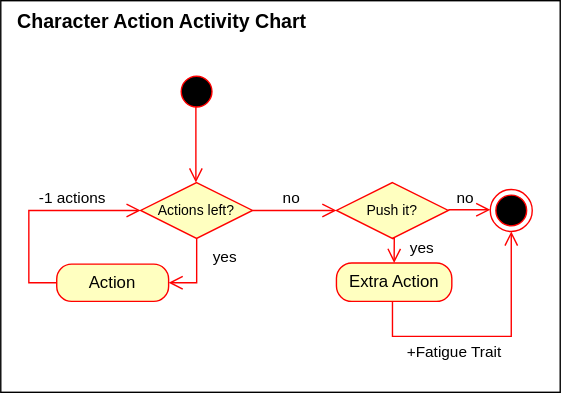
This is TheProspector/Assets/Schematics/Activity.svg from SakuNurmiranta/TheProspector, a draw.io export, as it was before one commit. Source tidied: cells renumbered, new cells last; positions are measured from the earlier drawing's top-left corner, leaving out a move shared by most shapes.
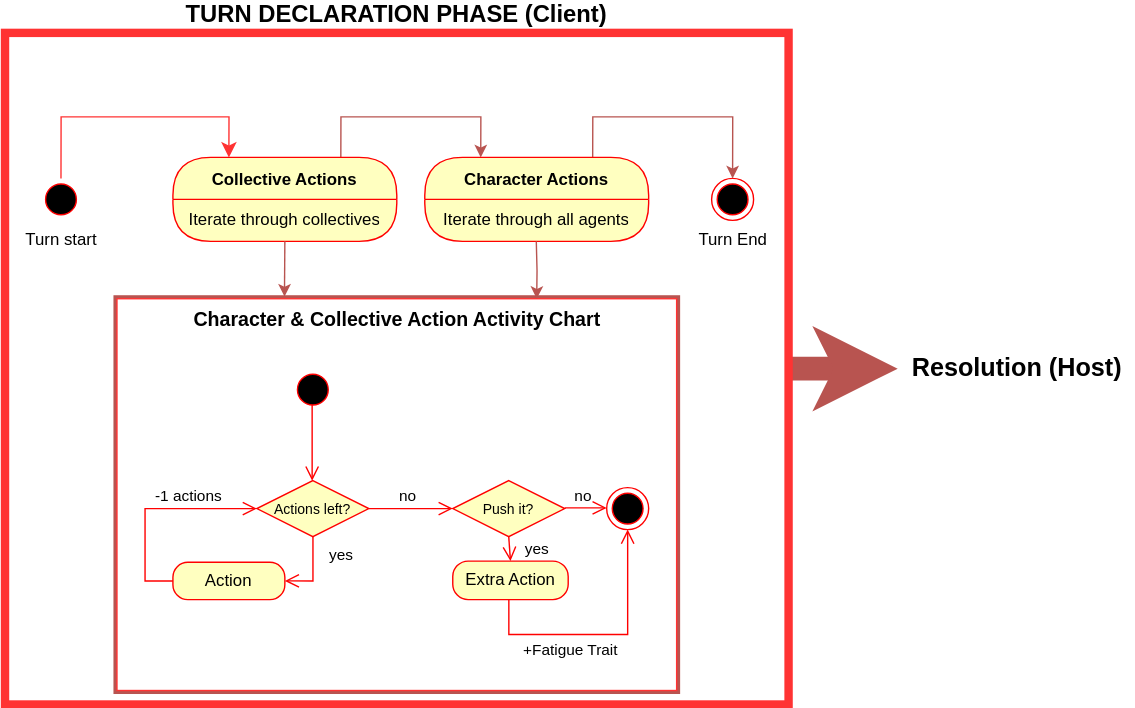
Above is the later version.

What changed in the source:
```diff
@@ -2,10 +2,16 @@
   <root>
     <mxCell id="0" />
     <mxCell id="1" parent="0" />
+    <mxCell id="22" style="edgeStyle=orthogonalEdgeStyle;rounded=0;jettySize=auto;html=1;fillColor=#f8cecc;strokeColor=#b85450;strokeWidth=17;" parent="1" edge="1" source="23" target="35">
+      <mxGeometry relative="1" as="geometry" />
+    </mxCell>
+    <mxCell id="23" value="&lt;font style=&quot;font-size: 17px;&quot;&gt;&lt;b&gt;TURN DECLARATION PHASE (Client)&lt;/b&gt;&lt;/font&gt;" style="whiteSpace=wrap;html=1;strokeColor=#FF3333;labelPosition=center;verticalLabelPosition=top;align=center;verticalAlign=bottom;strokeWidth=6;" parent="1" vertex="1">
+      <mxGeometry x="-80" y="-190" width="560" height="480" as="geometry" />
+    </mxCell>
-    <mxCell id="2" style="group;" parent="1" vertex="1">
+    <mxCell id="2" style="group;fillColor=#f8cecc;strokeColor=#b85450;strokeWidth=5;" parent="1" vertex="1">
       <mxGeometry width="400" height="280" as="geometry" />
     </mxCell>
-    <mxCell id="3" style="whiteSpace=wrap;html=1;" parent="2" vertex="1">
+    <mxCell id="3" style="whiteSpace=wrap;html=1;strokeColor=#FF3333;" parent="2" vertex="1">
       <mxGeometry width="400" height="280" as="geometry" />
     </mxCell>
     <mxCell id="4" style="edgeStyle=orthogonalEdgeStyle;html=1;verticalAlign=bottom;endArrow=open;endSize=8;strokeColor=#ff0000;rounded=0;" parent="2" edge="1">
@@ -88,8 +94,63 @@
     <mxCell id="20" style="ellipse;html=1;shape=endState;fillColor=#000000;strokeColor=#ff0000;" parent="2" vertex="1">
       <mxGeometry x="350" y="135" width="30" height="30" as="geometry" />
     </mxCell>
-    <mxCell id="21" value="Character Action Activity Chart" style="text;html=1;align=center;verticalAlign=middle;points=[];strokeColor=none;fillColor=none;fontSize=14;fontStyle=1;" parent="2" vertex="1">
-      <mxGeometry width="230" height="30" as="geometry" />
+    <mxCell id="21" value="Character &amp;amp; Collective Action Activity Chart" style="text;html=1;align=center;verticalAlign=middle;points=[];strokeColor=none;fillColor=none;fontSize=14;fontStyle=1;" parent="2" vertex="1">
+      <mxGeometry x="45" width="310" height="30" as="geometry" />
     </mxCell>
+    <mxCell id="24" value="Turn start&lt;br&gt;" style="ellipse;html=1;shape=startState;fillColor=#000000;strokeColor=#ff0000;labelPosition=center;verticalLabelPosition=bottom;align=center;verticalAlign=top;" parent="1" vertex="1">
+      <mxGeometry x="-55" y="-86" width="30" height="30" as="geometry" />
+    </mxCell>
+    <mxCell id="25" style="edgeStyle=orthogonalEdgeStyle;html=1;verticalAlign=bottom;endArrow=classic;endSize=8;strokeColor=#FF3333;rounded=0;entryX=0.25;entryY=0;entryDx=0;entryDy=0;endFill=1;" parent="1" edge="1" source="24" target="28">
+      <mxGeometry relative="1" as="geometry">
+        <Array as="points">
+          <mxPoint x="-40" y="-130" />
+          <mxPoint x="80" y="-130" />
+        </Array>
+      </mxGeometry>
+    </mxCell>
+    <mxCell id="26" value="Turn End" style="ellipse;html=1;shape=endState;fillColor=#000000;strokeColor=#ff0000;labelPosition=center;verticalLabelPosition=bottom;align=center;verticalAlign=top;" parent="1" vertex="1">
+      <mxGeometry x="425" y="-86" width="30" height="30" as="geometry" />
+    </mxCell>
+    <mxCell id="27" style="edgeStyle=orthogonalEdgeStyle;rounded=0;jettySize=auto;html=1;exitX=0.75;exitY=0;exitDx=0;exitDy=0;entryX=0.25;entryY=0;entryDx=0;entryDy=0;fontColor=#d1d1d1;strokeColor=#b85450;fillColor=#f8cecc;" parent="1" edge="1" source="28" target="31">
+      <mxGeometry relative="1" as="geometry">
+        <Array as="points">
+          <mxPoint x="160" y="-130" />
+          <mxPoint x="260" y="-130" />
+        </Array>
+      </mxGeometry>
+    </mxCell>
+    <mxCell id="28" value="Collective Actions" style="swimlane;fontStyle=1;align=center;verticalAlign=middle;horizontal=1;startSize=30;fontColor=#000000;rounded=1;arcSize=30;strokeColor=#ff0000;fillColor=#ffffc0;swimlaneFillColor=#ffffc0;" parent="1" vertex="1">
+      <mxGeometry x="40" y="-101" width="160" height="60" as="geometry" />
+    </mxCell>
+    <mxCell id="29" value="Iterate through collectives" style="text;html=1;strokeColor=none;fillColor=none;align=center;verticalAlign=middle;spacingLeft=4;spacingRight=4;whiteSpace=wrap;overflow=hidden;fontColor=#000000;" parent="28" vertex="1">
+      <mxGeometry y="30" width="160" height="30" as="geometry" />
+    </mxCell>
+    <mxCell id="30" style="edgeStyle=orthogonalEdgeStyle;rounded=0;jettySize=auto;html=1;exitX=0.75;exitY=0;exitDx=0;exitDy=0;fillColor=#f8cecc;strokeColor=#b85450;" parent="1" edge="1" source="31" target="26">
+      <mxGeometry relative="1" as="geometry">
+        <Array as="points">
+          <mxPoint x="340" y="-130" />
+          <mxPoint x="440" y="-130" />
+        </Array>
+      </mxGeometry>
+    </mxCell>
+    <mxCell id="31" value="Character Actions" style="swimlane;fontStyle=1;align=center;verticalAlign=middle;horizontal=1;startSize=30;fontColor=#000000;rounded=1;arcSize=30;strokeColor=#ff0000;fillColor=#ffffc0;swimlaneFillColor=#ffffc0;" parent="1" vertex="1">
+      <mxGeometry x="220" y="-101" width="160" height="60" as="geometry" />
+    </mxCell>
+    <mxCell id="32" value="Iterate through all agents" style="text;html=1;strokeColor=none;fillColor=none;align=center;verticalAlign=middle;spacingLeft=4;spacingRight=4;whiteSpace=wrap;overflow=hidden;fontColor=#000000;" parent="31" vertex="1">
+      <mxGeometry y="30" width="160" height="30" as="geometry" />
+    </mxCell>
+    <mxCell id="33" style="edgeStyle=orthogonalEdgeStyle;rounded=0;jettySize=auto;html=1;fillColor=#f8cecc;strokeColor=#b85450;entryX=0.241;entryY=-0.05;entryDx=0;entryDy=0;entryPerimeter=0;" parent="1" edge="1" target="21">
+      <mxGeometry relative="1" as="geometry">
+        <mxPoint x="120" y="-41" as="sourcePoint" />
+      </mxGeometry>
+    </mxCell>
+    <mxCell id="34" style="edgeStyle=orthogonalEdgeStyle;rounded=0;jettySize=auto;html=1;fillColor=#f8cecc;strokeColor=#b85450;entryX=0.75;entryY=0;entryDx=0;entryDy=0;" parent="1" edge="1" target="3">
+      <mxGeometry relative="1" as="geometry">
+        <mxPoint x="299.7" y="-41" as="sourcePoint" />
+      </mxGeometry>
+    </mxCell>
+    <mxCell id="35" value="Resolution (Host)" style="text;html=1;align=center;verticalAlign=middle;points=[];strokeColor=none;fillColor=none;fontSize=18;fontStyle=1;" parent="1" vertex="1">
+      <mxGeometry x="558" y="30" width="170" height="40" as="geometry" />
+    </mxCell>
   </root>
 </mxGraphModel>
```
